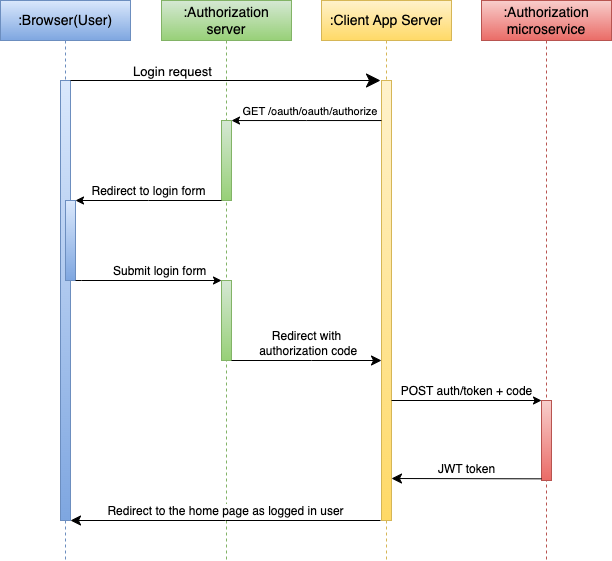
Earlier version of the draw.io export png/generate_token.png (chukava/Bachelors-Thesis). Source tidied: cells renumbered, new cells last; positions are measured from the earlier drawing's top-left corner, leaving out a move shared by most shapes. Its diagram source:
```xml
<mxGraphModel>
  <root>
    <mxCell id="0" />
    <mxCell id="1" parent="0" />
    <mxCell id="2" value="&lt;font style=&quot;font-size: 14px;&quot;&gt;:Browser(User)&lt;/font&gt;" style="shape=umlLifeline;perimeter=lifelinePerimeter;whiteSpace=wrap;html=1;newEdgeStyle={&quot;edgeStyle&quot;:&quot;elbowEdgeStyle&quot;,&quot;elbow&quot;:&quot;vertical&quot;,&quot;curved&quot;:0,&quot;rounded&quot;:0};fillColor=#dae8fc;gradientColor=#7ea6e0;strokeColor=#6c8ebf;" parent="1" vertex="1">
      <mxGeometry width="130" height="560" as="geometry" />
    </mxCell>
    <mxCell id="3" style="html=1;perimeter=orthogonalPerimeter;targetShapes=umlLifeline;newEdgeStyle={&quot;edgeStyle&quot;:&quot;elbowEdgeStyle&quot;,&quot;elbow&quot;:&quot;vertical&quot;,&quot;curved&quot;:0,&quot;rounded&quot;:0};fillColor=#dae8fc;gradientColor=#7ea6e0;strokeColor=#6c8ebf;" parent="2" vertex="1">
      <mxGeometry x="60" y="80" width="10" height="440" as="geometry" />
    </mxCell>
    <mxCell id="4" style="html=1;points=[];perimeter=orthogonalPerimeter;outlineConnect=0;targetShapes=umlLifeline;portConstraint=eastwest;newEdgeStyle={&quot;edgeStyle&quot;:&quot;elbowEdgeStyle&quot;,&quot;elbow&quot;:&quot;vertical&quot;,&quot;curved&quot;:0,&quot;rounded&quot;:0};fillColor=#dae8fc;gradientColor=#7ea6e0;strokeColor=#6c8ebf;" parent="2" vertex="1">
      <mxGeometry x="65" y="200" width="10" height="80" as="geometry" />
    </mxCell>
    <mxCell id="5" value="&lt;font style=&quot;font-size: 14px;&quot;&gt;:Client App Server&lt;/font&gt;" style="shape=umlLifeline;perimeter=lifelinePerimeter;whiteSpace=wrap;html=1;newEdgeStyle={&quot;edgeStyle&quot;:&quot;elbowEdgeStyle&quot;,&quot;elbow&quot;:&quot;vertical&quot;,&quot;curved&quot;:0,&quot;rounded&quot;:0};fillColor=#fff2cc;gradientColor=#ffd966;strokeColor=#d6b656;" parent="1" vertex="1">
      <mxGeometry x="321" width="130" height="560" as="geometry" />
    </mxCell>
    <mxCell id="6" style="html=1;points=[];perimeter=orthogonalPerimeter;outlineConnect=0;targetShapes=umlLifeline;portConstraint=eastwest;newEdgeStyle={&quot;edgeStyle&quot;:&quot;elbowEdgeStyle&quot;,&quot;elbow&quot;:&quot;vertical&quot;,&quot;curved&quot;:0,&quot;rounded&quot;:0};fillColor=#fff2cc;gradientColor=#ffd966;strokeColor=#d6b656;" parent="5" vertex="1">
      <mxGeometry x="60" y="80" width="10" height="440" as="geometry" />
    </mxCell>
    <mxCell id="7" value="&lt;font style=&quot;font-size: 14px;&quot;&gt;:Authorization server&lt;/font&gt;" style="shape=umlLifeline;perimeter=lifelinePerimeter;whiteSpace=wrap;html=1;newEdgeStyle={&quot;edgeStyle&quot;:&quot;elbowEdgeStyle&quot;,&quot;elbow&quot;:&quot;vertical&quot;,&quot;curved&quot;:0,&quot;rounded&quot;:0};fillColor=#d5e8d4;gradientColor=#97d077;strokeColor=#82b366;size=40;" parent="1" vertex="1">
      <mxGeometry x="161" width="130" height="560" as="geometry" />
    </mxCell>
    <mxCell id="8" style="html=1;points=[];perimeter=orthogonalPerimeter;outlineConnect=0;targetShapes=umlLifeline;portConstraint=eastwest;newEdgeStyle={&quot;edgeStyle&quot;:&quot;elbowEdgeStyle&quot;,&quot;elbow&quot;:&quot;vertical&quot;,&quot;curved&quot;:0,&quot;rounded&quot;:0};fillColor=#d5e8d4;gradientColor=#97d077;strokeColor=#82b366;" parent="7" vertex="1">
      <mxGeometry x="60" y="120" width="10" height="80" as="geometry" />
    </mxCell>
    <mxCell id="9" style="html=1;perimeter=orthogonalPerimeter;targetShapes=umlLifeline;newEdgeStyle={&quot;edgeStyle&quot;:&quot;elbowEdgeStyle&quot;,&quot;elbow&quot;:&quot;vertical&quot;,&quot;curved&quot;:0,&quot;rounded&quot;:0};fillColor=#d5e8d4;gradientColor=#97d077;strokeColor=#82b366;" parent="7" vertex="1">
      <mxGeometry x="60" y="280" width="10" height="80" as="geometry" />
    </mxCell>
    <mxCell id="10" value="&lt;font style=&quot;font-size: 14px;&quot;&gt;:Authorization microservice&lt;/font&gt;" style="shape=umlLifeline;perimeter=lifelinePerimeter;whiteSpace=wrap;html=1;newEdgeStyle={&quot;edgeStyle&quot;:&quot;elbowEdgeStyle&quot;,&quot;elbow&quot;:&quot;vertical&quot;,&quot;curved&quot;:0,&quot;rounded&quot;:0};fillColor=#f8cecc;gradientColor=#ea6b66;strokeColor=#b85450;" parent="1" vertex="1">
      <mxGeometry x="481" width="130" height="560" as="geometry" />
    </mxCell>
    <mxCell id="11" style="html=1;perimeter=orthogonalPerimeter;targetShapes=umlLifeline;newEdgeStyle={&quot;edgeStyle&quot;:&quot;elbowEdgeStyle&quot;,&quot;elbow&quot;:&quot;vertical&quot;,&quot;curved&quot;:0,&quot;rounded&quot;:0};fillColor=#f8cecc;gradientColor=#ea6b66;strokeColor=#b85450;" parent="10" vertex="1">
      <mxGeometry x="60" y="400" width="10" height="80" as="geometry" />
    </mxCell>
    <mxCell id="12" value="&lt;font style=&quot;font-size: 12px;&quot;&gt;JWT token&lt;/font&gt;" style="html=1;verticalAlign=bottom;endArrow=classic;endSize=8;edgeStyle=elbowEdgeStyle;elbow=vertical;curved=0;rounded=0;endFill=1;" parent="10" edge="1" target="6">
      <mxGeometry relative="1" as="geometry">
        <mxPoint x="60" y="478.3" as="sourcePoint" />
      </mxGeometry>
    </mxCell>
    <mxCell id="13" value="&lt;font style=&quot;font-size: 11px;&quot;&gt;GET /oauth/oauth/authorize&amp;nbsp;&lt;/font&gt;" style="html=1;verticalAlign=bottom;endArrow=none;edgeStyle=elbowEdgeStyle;elbow=horizontal;curved=0;rounded=0;startArrow=classic;startFill=1;endFill=0;" parent="1" edge="1">
      <mxGeometry x="0.07" relative="1" as="geometry">
        <mxPoint x="231" y="120" as="sourcePoint" />
        <mxPoint x="381" y="120" as="targetPoint" />
      </mxGeometry>
    </mxCell>
    <mxCell id="14" value="&lt;font style=&quot;font-size: 12px;&quot;&gt;Redirect to login form&lt;/font&gt;" style="html=1;verticalAlign=bottom;endArrow=classic;edgeStyle=elbowEdgeStyle;elbow=vertical;curved=0;rounded=0;endFill=1;" parent="1" edge="1" source="8">
      <mxGeometry relative="1" as="geometry">
        <mxPoint x="75" y="200" as="targetPoint" />
      </mxGeometry>
    </mxCell>
    <mxCell id="15" value="&lt;font style=&quot;font-size: 12px;&quot;&gt;Submit login form&lt;/font&gt;" style="html=1;verticalAlign=bottom;endArrow=classic;edgeStyle=elbowEdgeStyle;elbow=vertical;curved=0;rounded=0;align=left;endFill=1;" parent="1" edge="1" source="4">
      <mxGeometry x="-0.5" relative="1" as="geometry">
        <mxPoint x="221" y="280" as="targetPoint" />
        <Array as="points">
          <mxPoint x="81" y="280" />
        </Array>
      </mxGeometry>
    </mxCell>
    <mxCell id="16" value="&lt;font style=&quot;font-size: 12px;&quot;&gt;Redirect with&lt;br&gt;&amp;nbsp;authorization code&lt;/font&gt;" style="html=1;verticalAlign=bottom;endArrow=classic;endSize=8;edgeStyle=elbowEdgeStyle;elbow=vertical;curved=0;rounded=0;endFill=1;" parent="1" edge="1">
      <mxGeometry relative="1" as="geometry">
        <mxPoint x="231" y="360" as="sourcePoint" />
        <mxPoint x="381" y="360" as="targetPoint" />
        <Array as="points">
          <mxPoint x="311" y="360" />
        </Array>
      </mxGeometry>
    </mxCell>
    <mxCell id="17" value="&lt;font style=&quot;font-size: 12px;&quot;&gt;POST auth/token + code&lt;/font&gt;" style="html=1;verticalAlign=bottom;endArrow=classic;edgeStyle=elbowEdgeStyle;elbow=vertical;curved=0;rounded=0;endFill=1;" parent="1" edge="1">
      <mxGeometry relative="1" as="geometry">
        <mxPoint x="391" y="400" as="sourcePoint" />
        <mxPoint x="541" y="400.3" as="targetPoint" />
      </mxGeometry>
    </mxCell>
    <mxCell id="18" value="&lt;font style=&quot;font-size: 12px;&quot;&gt;Redirect to the home page as logged in user&lt;/font&gt;" style="html=1;verticalAlign=bottom;endArrow=classic;endSize=8;edgeStyle=elbowEdgeStyle;elbow=vertical;curved=0;rounded=0;endFill=1;" parent="1" edge="1">
      <mxGeometry relative="1" as="geometry">
        <mxPoint x="380" y="520" as="sourcePoint" />
        <mxPoint x="70" y="520" as="targetPoint" />
      </mxGeometry>
    </mxCell>
    <mxCell id="19" style="endArrow=classic;endFill=1;endSize=12;html=1;rounded=0;" parent="1" edge="1">
      <mxGeometry relative="1" as="geometry">
        <mxPoint x="70" y="80" as="sourcePoint" />
        <mxPoint x="380" y="80" as="targetPoint" />
      </mxGeometry>
    </mxCell>
    <mxCell id="20" value="&lt;font style=&quot;font-size: 13px;&quot;&gt;Login request&lt;/font&gt;" style="edgeLabel;html=1;align=center;verticalAlign=middle;" parent="19" vertex="1">
      <mxGeometry x="-0.63" y="1" relative="1" as="geometry">
        <mxPoint x="43" y="-9" as="offset" />
      </mxGeometry>
    </mxCell>
  </root>
</mxGraphModel>
```
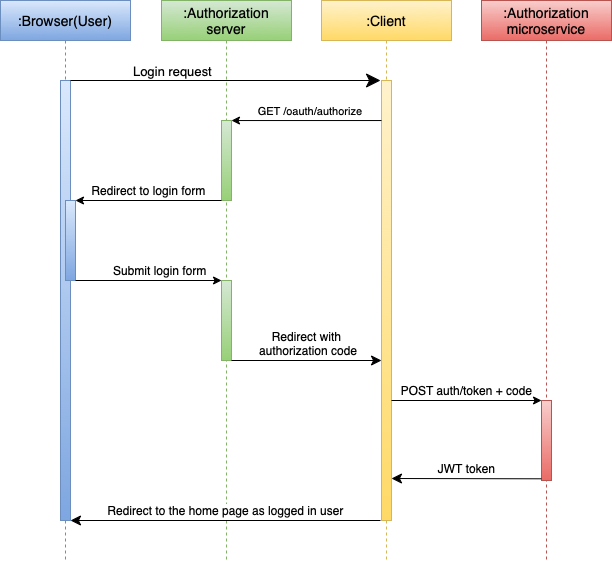
Above is the later version.

The edit, as a diff of the source:
```diff
@@ -11,7 +11,7 @@
     <mxCell id="4" style="html=1;points=[];perimeter=orthogonalPerimeter;outlineConnect=0;targetShapes=umlLifeline;portConstraint=eastwest;newEdgeStyle={&quot;edgeStyle&quot;:&quot;elbowEdgeStyle&quot;,&quot;elbow&quot;:&quot;vertical&quot;,&quot;curved&quot;:0,&quot;rounded&quot;:0};fillColor=#dae8fc;gradientColor=#7ea6e0;strokeColor=#6c8ebf;" parent="2" vertex="1">
       <mxGeometry x="65" y="200" width="10" height="80" as="geometry" />
     </mxCell>
-    <mxCell id="5" value="&lt;font style=&quot;font-size: 14px;&quot;&gt;:Client App Server&lt;/font&gt;" style="shape=umlLifeline;perimeter=lifelinePerimeter;whiteSpace=wrap;html=1;newEdgeStyle={&quot;edgeStyle&quot;:&quot;elbowEdgeStyle&quot;,&quot;elbow&quot;:&quot;vertical&quot;,&quot;curved&quot;:0,&quot;rounded&quot;:0};fillColor=#fff2cc;gradientColor=#ffd966;strokeColor=#d6b656;" parent="1" vertex="1">
+    <mxCell id="5" value="&lt;font style=&quot;font-size: 14px;&quot;&gt;:Client&lt;br&gt;&lt;/font&gt;" style="shape=umlLifeline;perimeter=lifelinePerimeter;whiteSpace=wrap;html=1;newEdgeStyle={&quot;edgeStyle&quot;:&quot;elbowEdgeStyle&quot;,&quot;elbow&quot;:&quot;vertical&quot;,&quot;curved&quot;:0,&quot;rounded&quot;:0};fillColor=#fff2cc;gradientColor=#ffd966;strokeColor=#d6b656;" parent="1" vertex="1">
       <mxGeometry x="321" width="130" height="560" as="geometry" />
     </mxCell>
     <mxCell id="6" style="html=1;points=[];perimeter=orthogonalPerimeter;outlineConnect=0;targetShapes=umlLifeline;portConstraint=eastwest;newEdgeStyle={&quot;edgeStyle&quot;:&quot;elbowEdgeStyle&quot;,&quot;elbow&quot;:&quot;vertical&quot;,&quot;curved&quot;:0,&quot;rounded&quot;:0};fillColor=#fff2cc;gradientColor=#ffd966;strokeColor=#d6b656;" parent="5" vertex="1">
@@ -37,7 +37,7 @@
         <mxPoint x="60" y="478.3" as="sourcePoint" />
       </mxGeometry>
     </mxCell>
-    <mxCell id="13" value="&lt;font style=&quot;font-size: 11px;&quot;&gt;GET /oauth/oauth/authorize&amp;nbsp;&lt;/font&gt;" style="html=1;verticalAlign=bottom;endArrow=none;edgeStyle=elbowEdgeStyle;elbow=horizontal;curved=0;rounded=0;startArrow=classic;startFill=1;endFill=0;" parent="1" edge="1">
+    <mxCell id="13" value="&lt;font style=&quot;font-size: 11px;&quot;&gt;GET /oauth/authorize&amp;nbsp;&lt;/font&gt;" style="html=1;verticalAlign=bottom;endArrow=none;edgeStyle=elbowEdgeStyle;elbow=horizontal;curved=0;rounded=0;startArrow=classic;startFill=1;endFill=0;" parent="1" edge="1">
       <mxGeometry x="0.07" relative="1" as="geometry">
         <mxPoint x="231" y="120" as="sourcePoint" />
         <mxPoint x="381" y="120" as="targetPoint" />
```
